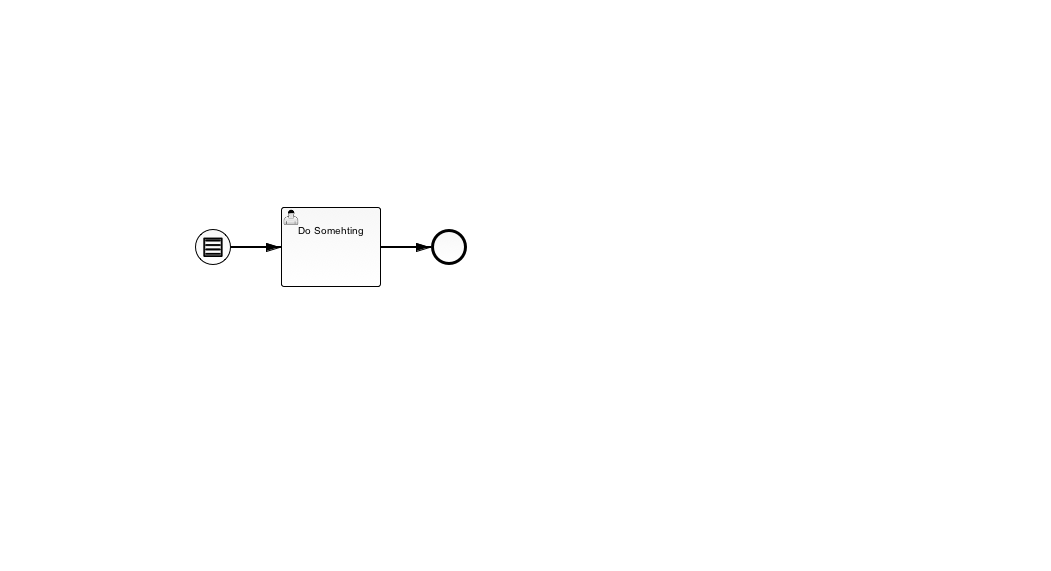
This is condition-example/src/main/resources/ConditionExample.png from gheddie/bpmn20_examples, a BPMN export, as it was before one commit. Its source is kept beside it as condition-example/src/main/resources/ConditionExample.bpmn. Ids are renumbered.
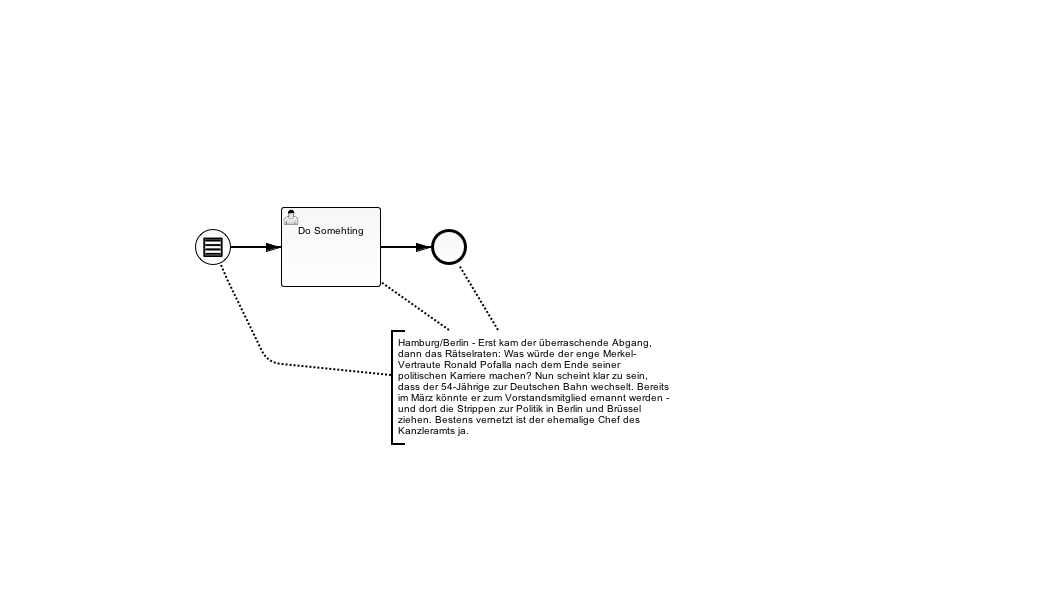
Above is the later version.

What changed in the source:
```diff
@@ -13,6 +13,12 @@
       <bpmn2:incoming>SequenceFlow_2</bpmn2:incoming>
     </bpmn2:endEvent>
     <bpmn2:sequenceFlow id="SequenceFlow_2" name="" sourceRef="UserTask_1" targetRef="EndEvent_1"/>
+    <bpmn2:textAnnotation id="TextAnnotation_1">
+      <bpmn2:text>Hamburg/Berlin - Erst kam der überraschende Abgang, dann das Rätselraten: Was würde der enge Merkel-Vertraute Ronald Pofalla nach dem Ende seiner politischen Karriere machen? Nun scheint klar zu sein, dass der 54-Jährige zur Deutschen Bahn wechselt. Bereits im März könnte er zum Vorstandsmitglied ernannt werden - und dort die Strippen zur Politik in Berlin und Brüssel ziehen. Bestens vernetzt ist der ehemalige Chef des Kanzleramts ja.</bpmn2:text>
+    </bpmn2:textAnnotation>
+    <bpmn2:association id="Association_1" sourceRef="TextAnnotation_1" targetRef="UserTask_1"/>
+    <bpmn2:association id="Association_2" sourceRef="TextAnnotation_1" targetRef="EndEvent_1"/>
+    <bpmn2:association id="Association_3" sourceRef="TextAnnotation_1" targetRef="StartEvent_1"/>
   </bpmn2:process>
   <bpmndi:BPMNDiagram id="BPMNDiagram_1">
     <bpmndi:BPMNPlane id="BPMNPlane_1" bpmnElement="conditionExampleProcess">
@@ -33,6 +39,22 @@
         <di:waypoint xsi:type="dc:Point" x="381.0" y="247.0"/>
         <di:waypoint xsi:type="dc:Point" x="431.0" y="247.0"/>
       </bpmndi:BPMNEdge>
+      <bpmndi:BPMNShape id="_BPMNShape_TextAnnotation_2" bpmnElement="TextAnnotation_1">
+        <dc:Bounds height="115.0" width="282.0" x="391.0" y="330.0"/>
+      </bpmndi:BPMNShape>
+      <bpmndi:BPMNEdge id="BPMNEdge_Association_1" bpmnElement="Association_1" sourceElement="_BPMNShape_TextAnnotation_2" targetElement="_BPMNShape_UserTask_8">
+        <di:waypoint xsi:type="dc:Point" x="450.0" y="330.0"/>
+        <di:waypoint xsi:type="dc:Point" x="381.0" y="282.0"/>
+      </bpmndi:BPMNEdge>
+      <bpmndi:BPMNEdge id="BPMNEdge_Association_2" bpmnElement="Association_2" sourceElement="_BPMNShape_TextAnnotation_2" targetElement="_BPMNShape_EndEvent_4">
+        <di:waypoint xsi:type="dc:Point" x="498.0" y="330.0"/>
+        <di:waypoint xsi:type="dc:Point" x="460.0" y="265.0"/>
+      </bpmndi:BPMNEdge>
+      <bpmndi:BPMNEdge id="BPMNEdge_Association_3" bpmnElement="Association_3" sourceElement="_BPMNShape_TextAnnotation_2" targetElement="_BPMNShape_StartEvent_4">
+        <di:waypoint xsi:type="dc:Point" x="391.0" y="374.0"/>
+        <di:waypoint xsi:type="dc:Point" x="267.0" y="363.0"/>
+        <di:waypoint xsi:type="dc:Point" x="221.0" y="265.0"/>
+      </bpmndi:BPMNEdge>
     </bpmndi:BPMNPlane>
   </bpmndi:BPMNDiagram>
 </bpmn2:definitions>
```
